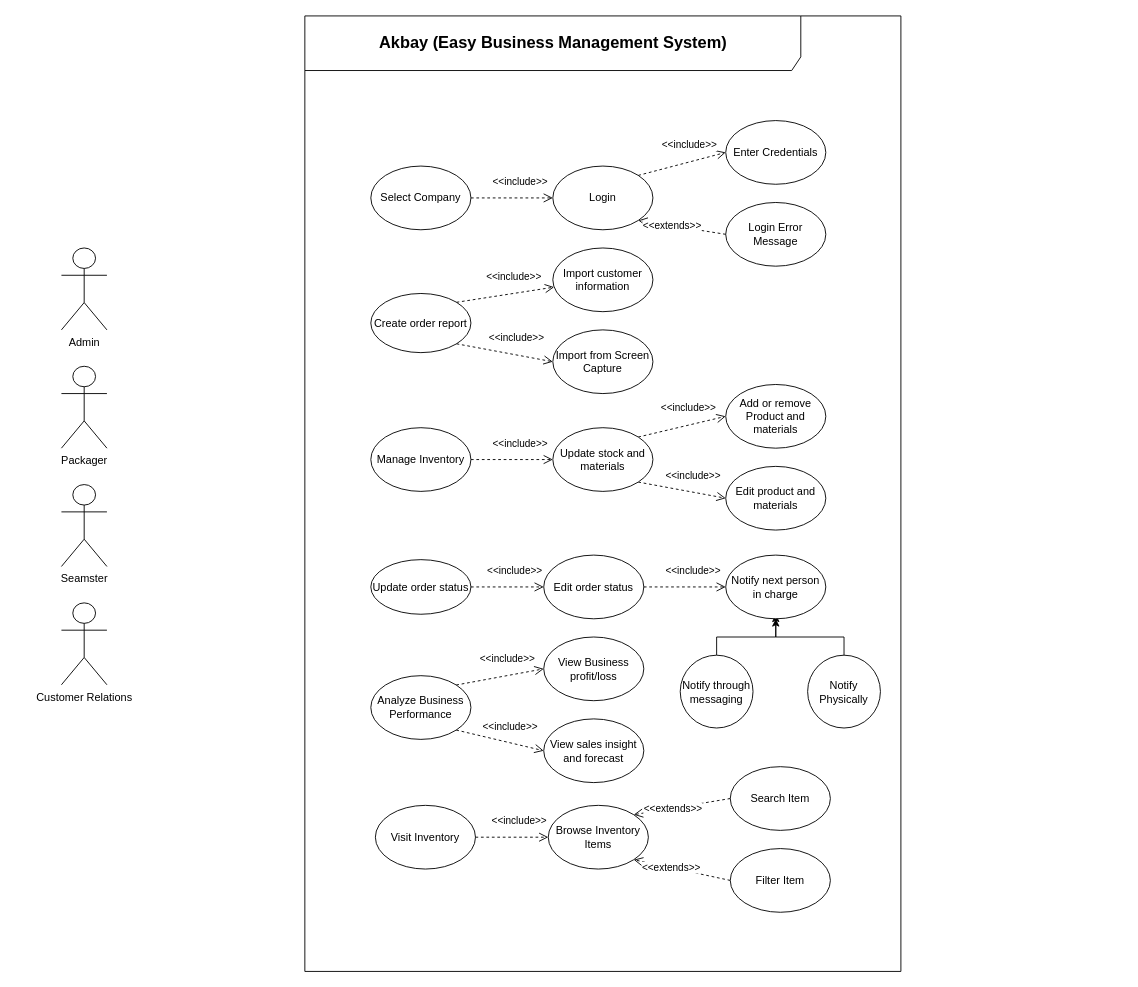
Above: page "Page-6" (6 of 7) of UML CASE.drawio in BryanFabellore/Team_SPOTLIGHT (draw.io), before the change. Source tidied: cells renumbered, new cells numbered last; positions are measured from the earlier drawing's top-left corner, leaving out a move shared by most shapes. Both pictures are drawn from the tidied source at 91%, with x=0, y=0 at pixel (61, 15).
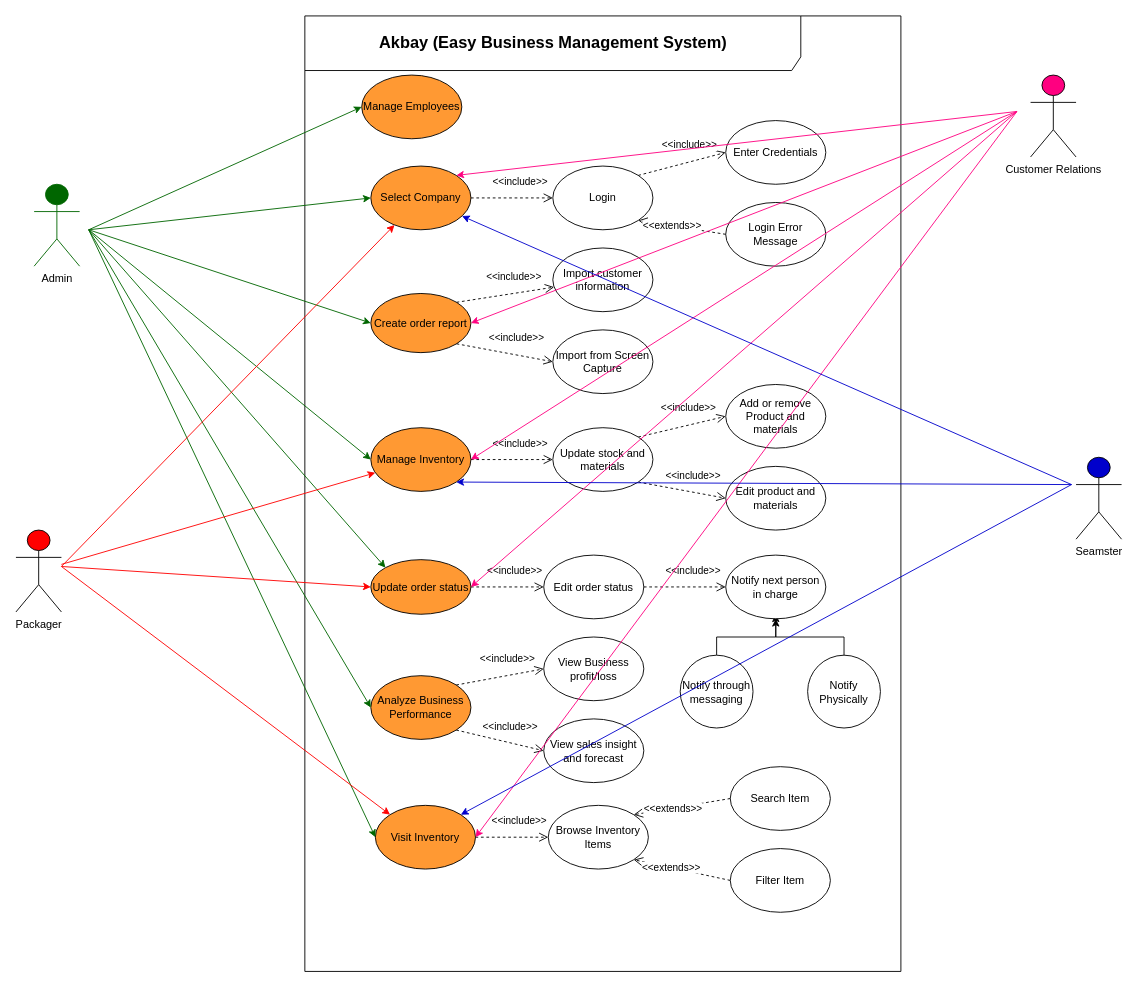
The same diagram, later.

Change to the diagram source:
```diff
@@
-    <mxCell id="3" value="Packager" style="shape=umlActor;verticalLabelPosition=bottom;verticalAlign=top;html=1;" parent="1" vertex="1">
-      <mxGeometry y="385" width="50" height="90" as="geometry" />
+    <mxCell id="3" value="Packager" style="shape=umlActor;verticalLabelPosition=bottom;verticalAlign=top;html=1;fillColor=#FF0000;" parent="1" vertex="1">
+      <mxGeometry x="-50" y="565" width="50" height="90" as="geometry" />
     </mxCell>
-    <mxCell id="4" value="Admin" style="shape=umlActor;verticalLabelPosition=bottom;verticalAlign=top;html=1;" parent="1" vertex="1">
-      <mxGeometry y="255" width="50" height="90" as="geometry" />
+    <mxCell id="4" value="Admin" style="shape=umlActor;verticalLabelPosition=bottom;verticalAlign=top;html=1;strokeColor=#006600;fillColor=#006600;" parent="1" vertex="1">
+      <mxGeometry x="-30" y="185" width="50" height="90" as="geometry" />
     </mxCell>
-    <mxCell id="5" value="Seamster" style="shape=umlActor;verticalLabelPosition=bottom;verticalAlign=top;html=1;" parent="1" vertex="1">
-      <mxGeometry y="515" width="50" height="90" as="geometry" />
+    <mxCell id="5" value="Seamster" style="shape=umlActor;verticalLabelPosition=bottom;verticalAlign=top;html=1;fillColor=#0000CC;" parent="1" vertex="1">
+      <mxGeometry x="1115" y="485" width="50" height="90" as="geometry" />
     </mxCell>
-    <mxCell id="6" value="Customer Relations" style="shape=umlActor;verticalLabelPosition=bottom;verticalAlign=top;html=1;" parent="1" vertex="1">
-      <mxGeometry y="645" width="50" height="90" as="geometry" />
+    <mxCell id="6" value="Customer Relations" style="shape=umlActor;verticalLabelPosition=bottom;verticalAlign=top;html=1;fillColor=#FF0080;" parent="1" vertex="1">
+      <mxGeometry x="1065" y="65" width="50" height="90" as="geometry" />
     </mxCell>
-    <mxCell id="7" value="Update order status" style="ellipse;whiteSpace=wrap;html=1;" parent="1" vertex="1">
+    <mxCell id="7" value="Update order status" style="ellipse;whiteSpace=wrap;html=1;fillColor=#FF9933;" parent="1" vertex="1">
       <mxGeometry x="340" y="597.5" width="110" height="60" as="geometry" />
     </mxCell>
@@
-    <mxCell id="9" value="Manage Inventory" style="ellipse;whiteSpace=wrap;html=1;" parent="1" vertex="1">
+    <mxCell id="9" value="Manage Inventory" style="ellipse;whiteSpace=wrap;html=1;fillColor=#FF9933;" parent="1" vertex="1">
       <mxGeometry x="340" y="452.5" width="110" height="70" as="geometry" />
     </mxCell>
-    <mxCell id="10" value="Create order report" style="ellipse;whiteSpace=wrap;html=1;" parent="1" vertex="1">
+    <mxCell id="10" value="Create order report" style="ellipse;whiteSpace=wrap;html=1;fillColor=#FF9933;" parent="1" vertex="1">
       <mxGeometry x="340" y="305" width="110" height="65" as="geometry" />
     </mxCell>
@@
-    <mxCell id="31" value="Select Company" style="ellipse;whiteSpace=wrap;html=1;" parent="1" vertex="1">
+    <mxCell id="31" value="Select Company" style="ellipse;whiteSpace=wrap;html=1;fillColor=#FF9933;" parent="1" vertex="1">
       <mxGeometry x="340" y="165" width="110" height="70" as="geometry" />
     </mxCell>
@@
-    <mxCell id="33" value="Visit Inventory" style="ellipse;whiteSpace=wrap;html=1;" parent="1" vertex="1">
+    <mxCell id="33" value="Visit Inventory" style="ellipse;whiteSpace=wrap;html=1;fillColor=#FF9933;" parent="1" vertex="1">
       <mxGeometry x="345" y="867.5" width="110" height="70" as="geometry" />
     </mxCell>
@@
-    <mxCell id="35" value="Analyze Business Performance" style="ellipse;whiteSpace=wrap;html=1;" parent="1" vertex="1">
+    <mxCell id="35" value="Analyze Business Performance" style="ellipse;whiteSpace=wrap;html=1;fillColor=#FF9933;" parent="1" vertex="1">
       <mxGeometry x="340" y="725" width="110" height="70" as="geometry" />
     </mxCell>
@@
+    <mxCell id="47" style="endArrow=classic;html=1;rounded=0;entryX=0;entryY=0.5;entryDx=0;entryDy=0;fillColor=#00FF00;strokeColor=#006600;" parent="1" edge="1" target="31">
+      <mxGeometry relative="1" as="geometry">
+        <mxPoint x="30" y="235" as="sourcePoint" />
+      </mxGeometry>
+    </mxCell>
+    <mxCell id="48" style="endArrow=classic;html=1;rounded=0;entryX=0;entryY=0.5;entryDx=0;entryDy=0;fillColor=#00FF00;strokeColor=#006600;" parent="1" edge="1" target="10">
+      <mxGeometry relative="1" as="geometry">
+        <mxPoint x="30" y="235" as="sourcePoint" />
+      </mxGeometry>
+    </mxCell>
+    <mxCell id="49" style="endArrow=classic;html=1;rounded=0;entryX=0;entryY=0.5;entryDx=0;entryDy=0;fillColor=#00FF00;strokeColor=#006600;" parent="1" edge="1" target="9">
+      <mxGeometry relative="1" as="geometry">
+        <mxPoint x="30" y="235" as="sourcePoint" />
+      </mxGeometry>
+    </mxCell>
+    <mxCell id="50" style="endArrow=classic;html=1;rounded=0;entryX=0;entryY=0;entryDx=0;entryDy=0;fillColor=#00FF00;strokeColor=#006600;" parent="1" edge="1" target="7">
+      <mxGeometry relative="1" as="geometry">
+        <mxPoint x="30" y="235" as="sourcePoint" />
+      </mxGeometry>
+    </mxCell>
+    <mxCell id="51" style="endArrow=classic;html=1;rounded=0;entryX=0;entryY=0.5;entryDx=0;entryDy=0;fillColor=#00FF00;strokeColor=#006600;" parent="1" edge="1" target="35">
+      <mxGeometry relative="1" as="geometry">
+        <mxPoint x="30" y="235" as="sourcePoint" />
+      </mxGeometry>
+    </mxCell>
+    <mxCell id="52" style="endArrow=classic;html=1;rounded=0;entryX=0;entryY=0.5;entryDx=0;entryDy=0;fillColor=#00FF00;strokeColor=#006600;" parent="1" edge="1" target="33">
+      <mxGeometry relative="1" as="geometry">
+        <mxPoint x="30" y="235" as="sourcePoint" />
+      </mxGeometry>
+    </mxCell>
+    <mxCell id="53" style="endArrow=classic;html=1;rounded=0;shadow=0;strokeColor=#FF0000;fillColor=#00FF00;" parent="1" edge="1" source="3" target="9">
+      <mxGeometry relative="1" as="geometry" />
+    </mxCell>
+    <mxCell id="54" style="endArrow=classic;html=1;rounded=0;shadow=0;strokeColor=#FF0000;fillColor=#00FF00;entryX=0;entryY=0.5;entryDx=0;entryDy=0;" parent="1" edge="1" target="7">
+      <mxGeometry relative="1" as="geometry">
+        <mxPoint y="605" as="sourcePoint" />
+      </mxGeometry>
+    </mxCell>
+    <mxCell id="55" style="endArrow=classic;html=1;rounded=0;shadow=0;strokeColor=#FF0000;fillColor=#00FF00;entryX=0;entryY=0;entryDx=0;entryDy=0;" parent="1" edge="1" target="33">
+      <mxGeometry relative="1" as="geometry">
+        <mxPoint y="605" as="sourcePoint" />
+      </mxGeometry>
+    </mxCell>
+    <mxCell id="56" style="endArrow=classic;html=1;rounded=0;shadow=0;strokeColor=#FF0000;fillColor=#00FF00;" parent="1" edge="1" target="31">
+      <mxGeometry relative="1" as="geometry">
+        <mxPoint y="605" as="sourcePoint" />
+      </mxGeometry>
+    </mxCell>
+    <mxCell id="57" style="endArrow=classic;html=1;rounded=0;shadow=0;strokeColor=#FF0080;fillColor=#FF0080;entryX=1;entryY=0;entryDx=0;entryDy=0;" parent="1" edge="1" target="31">
+      <mxGeometry relative="1" as="geometry">
+        <mxPoint x="1050" y="105" as="sourcePoint" />
+      </mxGeometry>
+    </mxCell>
+    <mxCell id="58" style="endArrow=classic;html=1;rounded=0;shadow=0;strokeColor=#FF0080;fillColor=#FF0080;entryX=1;entryY=0.5;entryDx=0;entryDy=0;" parent="1" edge="1" target="10">
+      <mxGeometry relative="1" as="geometry">
+        <mxPoint x="1050" y="105" as="sourcePoint" />
+      </mxGeometry>
+    </mxCell>
+    <mxCell id="59" style="endArrow=classic;html=1;rounded=0;shadow=0;strokeColor=#FF0080;fillColor=#FF0080;entryX=1;entryY=0.5;entryDx=0;entryDy=0;" parent="1" edge="1" target="9">
+      <mxGeometry relative="1" as="geometry">
+        <mxPoint x="1050" y="105" as="sourcePoint" />
+      </mxGeometry>
+    </mxCell>
+    <mxCell id="60" style="endArrow=classic;html=1;rounded=0;shadow=0;strokeColor=#FF0080;fillColor=#FF0080;entryX=1;entryY=0.5;entryDx=0;entryDy=0;" parent="1" edge="1" target="7">
+      <mxGeometry relative="1" as="geometry">
+        <mxPoint x="1050" y="105" as="sourcePoint" />
+      </mxGeometry>
+    </mxCell>
+    <mxCell id="61" style="endArrow=classic;html=1;rounded=0;shadow=0;strokeColor=#FF0080;fillColor=#FF0080;entryX=1;entryY=0.5;entryDx=0;entryDy=0;" parent="1" edge="1" target="33">
+      <mxGeometry relative="1" as="geometry">
+        <mxPoint x="1050" y="105" as="sourcePoint" />
+      </mxGeometry>
+    </mxCell>
+    <mxCell id="62" style="endArrow=classic;html=1;rounded=0;shadow=0;strokeColor=#0000CC;fillColor=#0000CC;" parent="1" edge="1" target="31">
+      <mxGeometry relative="1" as="geometry">
+        <mxPoint x="1110" y="515" as="sourcePoint" />
+      </mxGeometry>
+    </mxCell>
+    <mxCell id="63" style="endArrow=classic;html=1;rounded=0;shadow=0;strokeColor=#0000CC;fillColor=#0000CC;entryX=1;entryY=1;entryDx=0;entryDy=0;" parent="1" edge="1" target="9">
+      <mxGeometry relative="1" as="geometry">
+        <mxPoint x="1110" y="515" as="sourcePoint" />
+      </mxGeometry>
+    </mxCell>
+    <mxCell id="64" style="endArrow=classic;html=1;rounded=0;shadow=0;strokeColor=#0000CC;fillColor=#0000CC;entryX=1;entryY=0;entryDx=0;entryDy=0;" parent="1" edge="1" target="33">
+      <mxGeometry relative="1" as="geometry">
+        <mxPoint x="1110" y="515" as="sourcePoint" />
+      </mxGeometry>
+    </mxCell>
+    <mxCell id="65" value="Manage Employees" style="ellipse;whiteSpace=wrap;html=1;fillColor=#FF9933;" parent="1" vertex="1">
+      <mxGeometry x="330" y="65" width="110" height="70" as="geometry" />
+    </mxCell>
+    <mxCell id="66" style="endArrow=classic;html=1;rounded=0;entryX=0;entryY=0.5;entryDx=0;entryDy=0;fillColor=#00FF00;strokeColor=#006600;" parent="1" edge="1" target="65">
+      <mxGeometry relative="1" as="geometry">
+        <mxPoint x="30" y="235" as="sourcePoint" />
+      </mxGeometry>
+    </mxCell>
```
